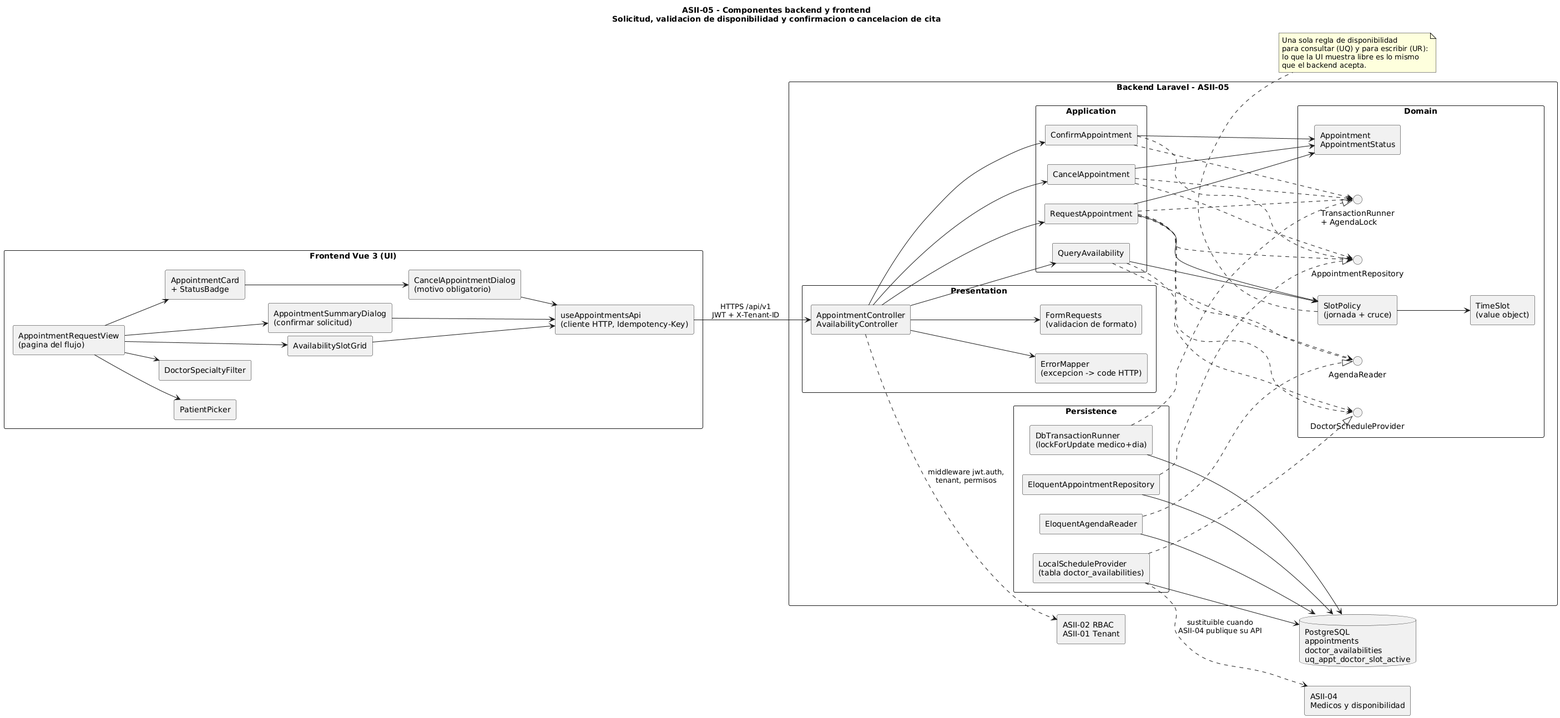
This is docs/semana-07-componentes/componentes.png from EddCastro/micro-his-citas-medicas-agenda, a PlantUML export, as it was before one commit.
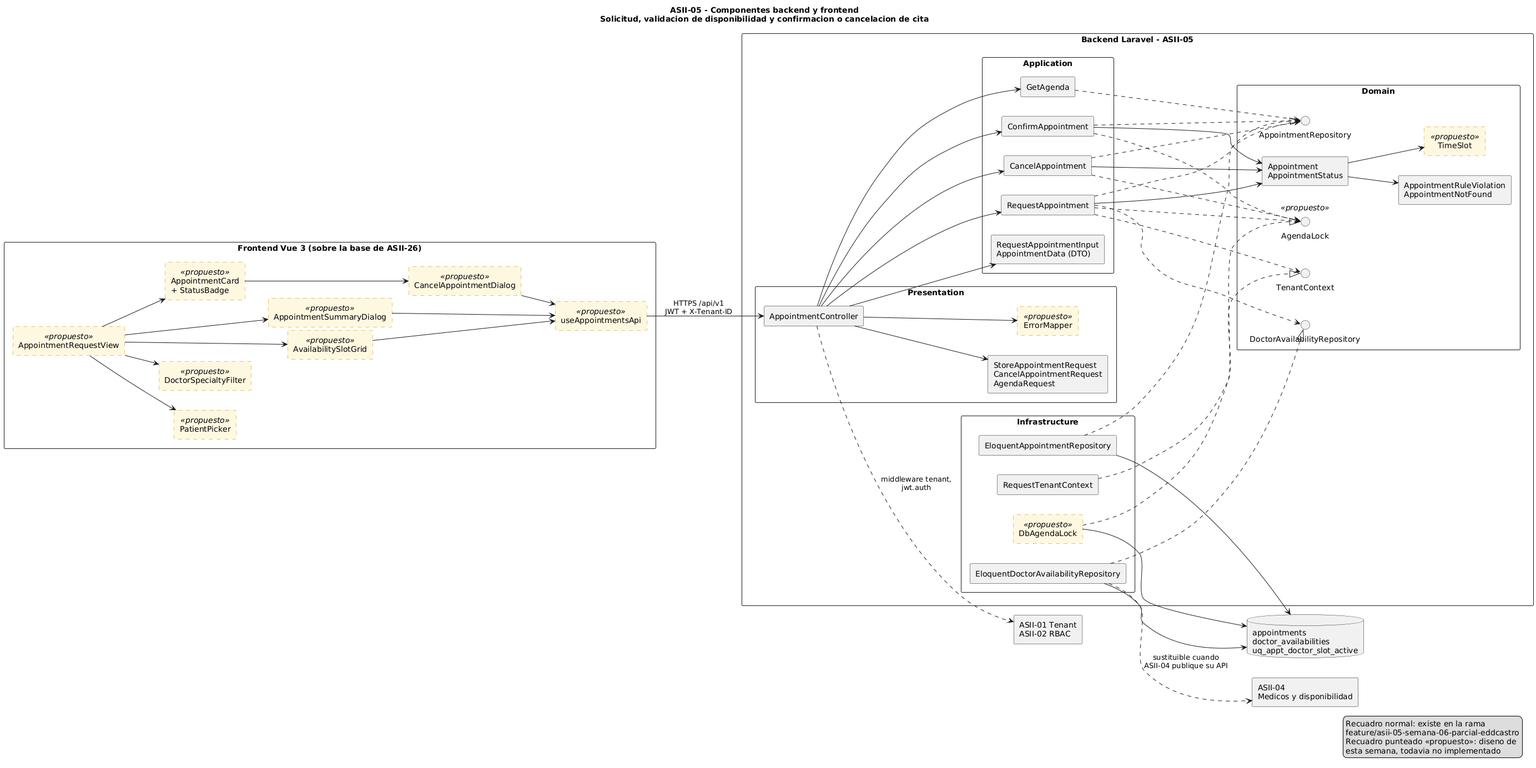
The same file after the commit.

Commit message:
docs(week-07): base refactor on the Laravel code and mark proposed components

Diff of the diagram source:
```diff
@@ -7,49 +7,56 @@
 skinparam packageStyle rectangle
 left to right direction
 
-package "Frontend Vue 3 (UI)" as FE {
-  component "AppointmentRequestView\n(pagina del flujo)" as View
-  component "PatientPicker" as FPat
-  component "DoctorSpecialtyFilter" as FDoc
-  component "AvailabilitySlotGrid" as FGrid
-  component "AppointmentSummaryDialog\n(confirmar solicitud)" as FSum
-  component "AppointmentCard\n+ StatusBadge" as FCard
-  component "CancelAppointmentDialog\n(motivo obligatorio)" as FCan
-  component "useAppointmentsApi\n(cliente HTTP, Idempotency-Key)" as FApi
+skinparam component {
+  BackgroundColor<<propuesto>> #FFF8E1
+  BorderColor<<propuesto>> #B8860B
+  BorderStyle<<propuesto>> dashed
+}
+
+package "Frontend Vue 3 (sobre la base de ASII-26)" as FE {
+  component "AppointmentRequestView" <<propuesto>> as View
+  component "PatientPicker" <<propuesto>> as FPat
+  component "DoctorSpecialtyFilter" <<propuesto>> as FDoc
+  component "AvailabilitySlotGrid" <<propuesto>> as FGrid
+  component "AppointmentSummaryDialog" <<propuesto>> as FSum
+  component "AppointmentCard\n+ StatusBadge" <<propuesto>> as FCard
+  component "CancelAppointmentDialog" <<propuesto>> as FCan
+  component "useAppointmentsApi" <<propuesto>> as FApi
 }
 
 package "Backend Laravel - ASII-05" as BE {
   package "Presentation" {
-    component "AppointmentController\nAvailabilityController" as Ctrl
-    component "FormRequests\n(validacion de formato)" as FR
-    component "ErrorMapper\n(excepcion -> code HTTP)" as EM
+    component "AppointmentController" as Ctrl
+    component "StoreAppointmentRequest\nCancelAppointmentRequest\nAgendaRequest" as FR
+    component "ErrorMapper" <<propuesto>> as EM
   }
   package "Application" {
-    component "QueryAvailability" as UQ
     component "RequestAppointment" as UR
     component "ConfirmAppointment" as UC
     component "CancelAppointment" as UX
+    component "GetAgenda" as UG
+    component "RequestAppointmentInput\nAppointmentData (DTO)" as DTO
   }
   package "Domain" {
     component "Appointment\nAppointmentStatus" as DApp
-    component "TimeSlot\n(value object)" as DSlot
-    component "SlotPolicy\n(jornada + cruce)" as DPol
+    component "AppointmentRuleViolation\nAppointmentNotFound" as DExc
+    component "TimeSlot" <<propuesto>> as DSlot
     interface "AppointmentRepository" as PApp
-    interface "AgendaReader" as PAgenda
-    interface "DoctorScheduleProvider" as PSched
-    interface "TransactionRunner\n+ AgendaLock" as PTx
+    interface "DoctorAvailabilityRepository" as PAv
+    interface "TenantContext" as PTen
+    interface "AgendaLock" <<propuesto>> as PLock
   }
-  package "Persistence" {
+  package "Infrastructure" {
     component "EloquentAppointmentRepository" as AApp
-    component "EloquentAgendaReader" as AAgenda
-    component "LocalScheduleProvider\n(tabla doctor_availabilities)" as ASched
-    component "DbTransactionRunner\n(lockForUpdate medico+dia)" as ATx
+    component "EloquentDoctorAvailabilityRepository" as AAv
+    component "RequestTenantContext" as ATen
+    component "DbAgendaLock" <<propuesto>> as ALock
   }
 }
 
-database "PostgreSQL\nappointments\ndoctor_availabilities\nuq_appt_doctor_slot_active" as DB
+database "appointments\ndoctor_availabilities\nuq_appt_doctor_slot_active" as DB
+component "ASII-01 Tenant\nASII-02 RBAC" as M02
 component "ASII-04\nMedicos y disponibilidad" as M04
-component "ASII-02 RBAC\nASII-01 Tenant" as M02
 
 View --> FPat
 View --> FDoc
@@ -63,47 +70,45 @@
 FApi --> Ctrl : HTTPS /api/v1\nJWT + X-Tenant-ID
 
 Ctrl --> FR
-Ctrl --> UQ
 Ctrl --> UR
 Ctrl --> UC
 Ctrl --> UX
+Ctrl --> UG
 Ctrl --> EM
+Ctrl --> DTO
 
-UQ --> DPol
-UR --> DPol
 UR --> DApp
 UC --> DApp
 UX --> DApp
-DPol --> DSlot
+DApp --> DExc
+DApp --> DSlot
 
-UQ ..> PSched
-UQ ..> PAgenda
-UR ..> PSched
-UR ..> PAgenda
 UR ..> PApp
-UR ..> PTx
+UR ..> PAv
+UR ..> PTen
+UR ..> PLock
 UC ..> PApp
-UC ..> PTx
+UC ..> PLock
 UX ..> PApp
-UX ..> PTx
+UX ..> PLock
+UG ..> PApp
 
 AApp ..|> PApp
-AAgenda ..|> PAgenda
-ASched ..|> PSched
-ATx ..|> PTx
+AAv ..|> PAv
+ATen ..|> PTen
+ALock ..|> PLock
 
 AApp --> DB
-AAgenda --> DB
-ASched --> DB
-ATx --> DB
-ASched ..> M04 : sustituible cuando\nASII-04 publique su API
-Ctrl ..> M02 : middleware jwt.auth,\ntenant, permisos
+AAv --> DB
+ALock --> DB
+AAv ..> M04 : sustituible cuando\nASII-04 publique su API
+Ctrl ..> M02 : middleware tenant,\njwt.auth
 
-note bottom of DPol
-Una sola regla de disponibilidad
-para consultar (UQ) y para escribir (UR):
-lo que la UI muestra libre es lo mismo
-que el backend acepta.
-end note
+legend right
+  Recuadro normal: existe en la rama
+  feature/asii-05-semana-06-parcial-eddcastro
+  Recuadro punteado <<propuesto>>: diseno de
+  esta semana, todavia no implementado
+endlegend
 
 @enduml
```
